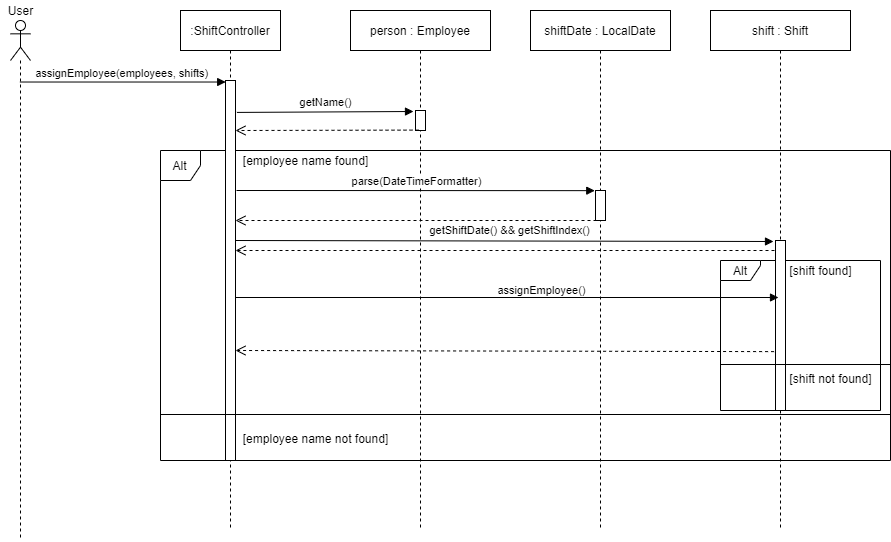
Above: docs/assignEmployee.png in nus-cs2113-AY2021S2/tp (draw.io), before the change. Source tidied: cells renumbered, new cells last; positions are measured from the earlier drawing's top-left corner, leaving out a move shared by most shapes.
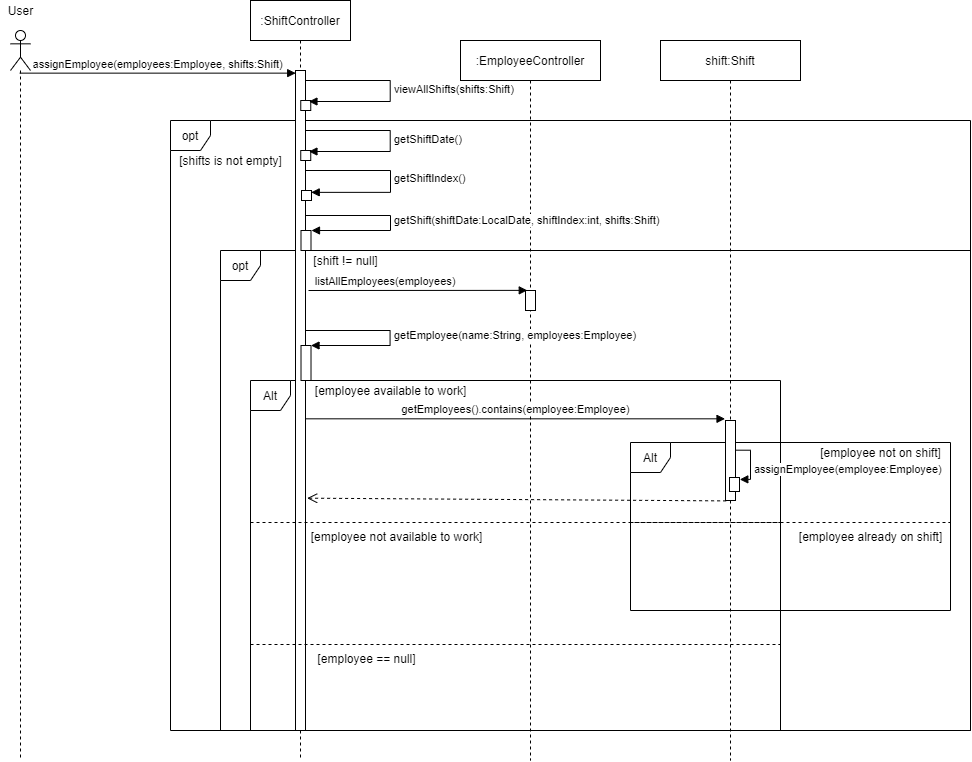
After the change.

Change to the diagram source:
```diff
@@ -2,116 +2,162 @@
   <root>
     <mxCell id="0" />
     <mxCell id="1" parent="0" />
+    <mxCell id="31" value="opt" style="shape=umlFrame;whiteSpace=wrap;html=1;width=40;height=30;" parent="1" vertex="1">
+      <mxGeometry x="90" y="90" width="800" height="610" as="geometry" />
+    </mxCell>
-    <mxCell id="2" value="Alt" style="shape=umlFrame;whiteSpace=wrap;html=1;width=40;height=30;" parent="1" vertex="1">
-      <mxGeometry x="160" y="150" width="730" height="310" as="geometry" />
+    <mxCell id="2" value="opt" style="shape=umlFrame;whiteSpace=wrap;html=1;width=40;height=30;" parent="1" vertex="1">
+      <mxGeometry x="140" y="220" width="750" height="480" as="geometry" />
     </mxCell>
-    <mxCell id="3" value="Alt" style="shape=umlFrame;whiteSpace=wrap;html=1;width=40;height=20;" parent="1" vertex="1">
-      <mxGeometry x="720" y="260" width="160" height="150" as="geometry" />
-    </mxCell>
+    <mxCell id="32" value="Alt" style="shape=umlFrame;whiteSpace=wrap;html=1;width=40;height=30;" parent="1" vertex="1">
+      <mxGeometry x="550" y="412" width="320" height="168" as="geometry" />
+    </mxCell>
+    <mxCell id="33" value="Alt" style="shape=umlFrame;whiteSpace=wrap;html=1;width=40;height=30;" parent="1" vertex="1">
+      <mxGeometry x="170" y="350" width="530" height="350" as="geometry" />
+    </mxCell>
     <mxCell id="4" value=":ShiftController" style="shape=umlLifeline;perimeter=lifelinePerimeter;rounded=0;shadow=0;strokeWidth=1;" parent="1" vertex="1">
-      <mxGeometry x="180" y="10" width="100" height="520" as="geometry" />
+      <mxGeometry x="170" y="-30" width="100" height="760" as="geometry" />
     </mxCell>
     <mxCell id="5" style="points=[];perimeter=orthogonalPerimeter;rounded=0;shadow=0;strokeWidth=1;" parent="4" vertex="1">
-      <mxGeometry x="45" y="70" width="10" height="380" as="geometry" />
+      <mxGeometry x="45" y="70" width="10" height="660" as="geometry" />
     </mxCell>
+    <mxCell id="34" style="html=1;points=[];perimeter=orthogonalPerimeter;" parent="4" vertex="1">
+      <mxGeometry x="51" y="190" width="10" height="10" as="geometry" />
+    </mxCell>
-    <mxCell id="6" value="person : Employee" style="shape=umlLifeline;perimeter=lifelinePerimeter;rounded=0;shadow=0;strokeWidth=1;" parent="1" vertex="1">
-      <mxGeometry x="350" y="10" width="140" height="520" as="geometry" />
+    <mxCell id="6" value=":EmployeeController" style="shape=umlLifeline;perimeter=lifelinePerimeter;rounded=0;shadow=0;strokeWidth=1;" parent="1" vertex="1">
+      <mxGeometry x="380" y="10" width="140" height="720" as="geometry" />
     </mxCell>
     <mxCell id="7" style="points=[];perimeter=orthogonalPerimeter;rounded=0;shadow=0;strokeWidth=1;" parent="6" vertex="1">
-      <mxGeometry x="65" y="100" width="10" height="20" as="geometry" />
+      <mxGeometry x="65" y="250" width="10" height="20" as="geometry" />
     </mxCell>
     <mxCell id="8" style="shape=umlLifeline;participant=umlActor;perimeter=lifelinePerimeter;whiteSpace=wrap;html=1;verticalAlign=top;spacingTop=36;outlineConnect=0;" parent="1" vertex="1">
-      <mxGeometry x="10" y="20" width="20" height="520" as="geometry" />
+      <mxGeometry x="-70" width="20" height="730" as="geometry" />
     </mxCell>
     <mxCell id="9" value="User" style="text;html=1;align=center;verticalAlign=middle;" parent="1" vertex="1">
-      <mxGeometry width="40" height="20" as="geometry" />
+      <mxGeometry x="-80" y="-30" width="40" height="20" as="geometry" />
     </mxCell>
-    <mxCell id="10" value="assignEmployee(employees, shifts)" style="verticalAlign=bottom;endArrow=block;shadow=0;strokeWidth=1;entryX=0.02;entryY=0.004;entryDx=0;entryDy=0;entryPerimeter=0;" parent="1" edge="1" source="8" target="5">
+    <mxCell id="10" value="assignEmployee(employees:Employee, shifts:Shift)" style="verticalAlign=bottom;endArrow=block;shadow=0;strokeWidth=1;entryX=0.02;entryY=0.004;entryDx=0;entryDy=0;entryPerimeter=0;" parent="1" edge="1" source="8" target="5">
       <mxGeometry relative="1" as="geometry" />
     </mxCell>
-    <mxCell id="11" value="getName()" style="html=1;verticalAlign=bottom;endArrow=block;exitX=1.14;exitY=0.084;exitDx=0;exitDy=0;exitPerimeter=0;" parent="1" edge="1" source="5">
-      <mxGeometry relative="1" as="geometry">
-        <mxPoint x="413" y="111" as="targetPoint" />
-      </mxGeometry>
-    </mxCell>
-    <mxCell id="12" value="[employee name found]" style="text;html=1;align=center;verticalAlign=middle;" parent="1" vertex="1">
-      <mxGeometry x="235" y="150" width="140" height="20" as="geometry" />
+    <mxCell id="12" value="[shift != null]" style="text;html=1;align=center;verticalAlign=middle;" parent="1" vertex="1">
+      <mxGeometry x="225" y="220" width="80" height="20" as="geometry" />
     </mxCell>
-    <mxCell id="13" value="shift : Shift" style="shape=umlLifeline;perimeter=lifelinePerimeter;rounded=0;shadow=0;strokeWidth=1;" parent="1" vertex="1">
-      <mxGeometry x="710" y="10" width="140" height="520" as="geometry" />
-    </mxCell>
-    <mxCell id="14" style="perimeter=orthogonalPerimeter;rounded=0;shadow=0;strokeWidth=1;" parent="13" vertex="1">
-      <mxGeometry x="65" y="230" width="10" height="170" as="geometry" />
-    </mxCell>
-    <mxCell id="15" value="shiftDate : LocalDate" style="shape=umlLifeline;perimeter=lifelinePerimeter;rounded=0;shadow=0;strokeWidth=1;" parent="1" vertex="1">
-      <mxGeometry x="530" y="10" width="140" height="520" as="geometry" />
-    </mxCell>
-    <mxCell id="16" style="points=[];perimeter=orthogonalPerimeter;rounded=0;shadow=0;strokeWidth=1;" parent="15" vertex="1">
-      <mxGeometry x="65" y="180" width="10" height="30" as="geometry" />
-    </mxCell>
-    <mxCell id="17" style="line;strokeWidth=1;fillColor=none;align=left;verticalAlign=middle;spacingTop=-1;spacingLeft=3;spacingRight=3;labelPosition=right;" parent="1" vertex="1">
-      <mxGeometry x="160" y="410" width="730" height="8" as="geometry" />
+    <mxCell id="17" style="dashed=1;line;strokeWidth=1;fillColor=none;align=left;verticalAlign=middle;spacingTop=-1;spacingLeft=3;spacingRight=3;labelPosition=right;" parent="1" vertex="1">
+      <mxGeometry x="170" y="488" width="530" height="8" as="geometry" />
     </mxCell>
-    <mxCell id="18" value="parse(DateTimeFormatter)" style="html=1;verticalAlign=bottom;endArrow=block;entryX=-0.072;entryY=0.005;entryDx=0;entryDy=0;entryPerimeter=0;" parent="1" edge="1" target="16">
-      <mxGeometry relative="1" as="geometry">
-        <mxPoint x="236" y="190" as="sourcePoint" />
-      </mxGeometry>
-    </mxCell>
-    <mxCell id="19" style="html=1;verticalAlign=bottom;endArrow=open;dashed=1;endSize=8;" parent="1" edge="1">
-      <mxGeometry relative="1" as="geometry">
-        <mxPoint x="596" y="220" as="sourcePoint" />
-        <mxPoint x="235" y="220" as="targetPoint" />
-      </mxGeometry>
-    </mxCell>
-    <mxCell id="20" value="[employee name not found]" style="text;html=1;align=center;verticalAlign=middle;" parent="1" vertex="1">
-      <mxGeometry x="235" y="428" width="160" height="20" as="geometry" />
+    <mxCell id="20" value="[employee not available to work]" style="text;html=1;align=center;verticalAlign=middle;" parent="1" vertex="1">
+      <mxGeometry x="220.5" y="496" width="190" height="20" as="geometry" />
     </mxCell>
-    <mxCell id="21" value="[shift found]" style="text;html=1;align=center;verticalAlign=middle;" parent="1" vertex="1">
-      <mxGeometry x="780" y="260" width="80" height="20" as="geometry" />
-    </mxCell>
-    <mxCell id="22" style="line;strokeWidth=1;fillColor=none;align=left;verticalAlign=middle;spacingTop=-1;spacingLeft=3;spacingRight=3;labelPosition=right;" parent="1" vertex="1">
-      <mxGeometry x="720" y="360" width="170" height="8" as="geometry" />
-    </mxCell>
-    <mxCell id="23" value="[shift not found]" style="text;html=1;align=center;verticalAlign=middle;" parent="1" vertex="1">
-      <mxGeometry x="780" y="368" width="100" height="20" as="geometry" />
-    </mxCell>
-    <mxCell id="24" style="html=1;verticalAlign=bottom;endArrow=block;" parent="1" edge="1">
-      <mxGeometry relative="1" as="geometry">
-        <mxPoint x="235" y="240" as="sourcePoint" />
-        <mxPoint x="773" y="241" as="targetPoint" />
-      </mxGeometry>
-    </mxCell>
-    <mxCell id="25" value="getShiftDate() &amp;amp;&amp;amp; getShiftIndex()" style="edgeLabel;html=1;align=center;verticalAlign=middle;" parent="24" vertex="1">
-      <mxGeometry x="0.07" y="4" relative="1" as="geometry">
-        <mxPoint x="-15.1" y="-6.9" as="offset" />
-      </mxGeometry>
-    </mxCell>
-    <mxCell id="26" style="html=1;verticalAlign=bottom;endArrow=open;dashed=1;endSize=8;" parent="1" edge="1">
-      <mxGeometry relative="1" as="geometry">
-        <mxPoint x="774" y="250" as="sourcePoint" />
-        <mxPoint x="235" y="250" as="targetPoint" />
-      </mxGeometry>
-    </mxCell>
-    <mxCell id="27" style="html=1;verticalAlign=bottom;endArrow=open;dashed=1;endSize=8;exitX=0.3;exitY=0.98;exitDx=0;exitDy=0;exitPerimeter=0;" parent="1" edge="1" source="7">
-      <mxGeometry relative="1" as="geometry">
-        <mxPoint x="235" y="130" as="targetPoint" />
-      </mxGeometry>
-    </mxCell>
-    <mxCell id="28" style="html=1;verticalAlign=bottom;endArrow=open;dashed=1;endSize=8;exitX=-0.141;exitY=0.176;exitDx=0;exitDy=0;exitPerimeter=0;" parent="1" edge="1">
-      <mxGeometry relative="1" as="geometry">
-        <mxPoint x="773.6" y="351.1" as="sourcePoint" />
-        <mxPoint x="235" y="350" as="targetPoint" />
-      </mxGeometry>
-    </mxCell>
-    <mxCell id="29" style="html=1;verticalAlign=bottom;endArrow=block;" parent="1" edge="1" source="5">
-      <mxGeometry relative="1" as="geometry">
-        <mxPoint x="778" y="297" as="targetPoint" />
-      </mxGeometry>
-    </mxCell>
-    <mxCell id="30" value="assignEmployee()" style="edgeLabel;html=1;align=center;verticalAlign=middle;" parent="29" vertex="1">
-      <mxGeometry x="0.07" y="4" relative="1" as="geometry">
-        <mxPoint x="14.4" y="-4" as="offset" />
-      </mxGeometry>
-    </mxCell>
+    <mxCell id="35" value="listAllEmployees(employees)" style="verticalAlign=bottom;endArrow=block;shadow=0;strokeWidth=1;entryX=0.176;entryY=-0.007;entryDx=0;entryDy=0;entryPerimeter=0;" parent="1" edge="1" target="7">
+      <mxGeometry x="-0.3" relative="1" as="geometry">
+        <mxPoint x="228" y="260" as="sourcePoint" />
+      </mxGeometry>
+    </mxCell>
+    <mxCell id="36" value="getShiftIndex()" style="edgeStyle=orthogonalEdgeStyle;html=1;align=left;spacingLeft=2;endArrow=block;rounded=0;entryX=0.974;entryY=0.186;entryDx=0;entryDy=0;entryPerimeter=0;" parent="1" edge="1" target="34">
+      <mxGeometry relative="1" as="geometry">
+        <mxPoint x="225" y="140" as="sourcePoint" />
+        <Array as="points">
+          <mxPoint x="310" y="140" />
+          <mxPoint x="310" y="162" />
+        </Array>
+      </mxGeometry>
+    </mxCell>
+    <mxCell id="37" style="html=1;perimeter=orthogonalPerimeter;" parent="1" vertex="1">
+      <mxGeometry x="220.5" y="200" width="10" height="20" as="geometry" />
+    </mxCell>
+    <mxCell id="38" value="getShift(shiftDate:LocalDate, shiftIndex:int, shifts:Shift)" style="edgeStyle=orthogonalEdgeStyle;html=1;align=left;spacingLeft=2;endArrow=block;rounded=0;" parent="1" edge="1">
+      <mxGeometry relative="1" as="geometry">
+        <mxPoint x="225" y="185" as="sourcePoint" />
+        <mxPoint x="231" y="200" as="targetPoint" />
+        <Array as="points">
+          <mxPoint x="310" y="185" />
+          <mxPoint x="310" y="200" />
+        </Array>
+      </mxGeometry>
+    </mxCell>
+    <mxCell id="39" style="html=1;perimeter=orthogonalPerimeter;" parent="1" vertex="1">
+      <mxGeometry x="220.5" y="315" width="10" height="35" as="geometry" />
+    </mxCell>
+    <mxCell id="40" value="getEmployee(name:String, employees:Employee)" style="edgeStyle=orthogonalEdgeStyle;html=1;align=left;spacingLeft=2;endArrow=block;rounded=0;" parent="1" edge="1">
+      <mxGeometry relative="1" as="geometry">
+        <mxPoint x="224.5" y="300" as="sourcePoint" />
+        <mxPoint x="230.5" y="315" as="targetPoint" />
+        <Array as="points">
+          <mxPoint x="309.5" y="300" />
+          <mxPoint x="309.5" y="315" />
+        </Array>
+      </mxGeometry>
+    </mxCell>
+    <mxCell id="41" value="[employee available to work]" style="text;html=1;align=center;verticalAlign=middle;" parent="1" vertex="1">
+      <mxGeometry x="225" y="350" width="170" height="20" as="geometry" />
+    </mxCell>
+    <mxCell id="42" value="shift:Shift" style="shape=umlLifeline;perimeter=lifelinePerimeter;rounded=0;shadow=0;strokeWidth=1;" parent="1" vertex="1">
+      <mxGeometry x="580" y="10" width="140" height="720" as="geometry" />
+    </mxCell>
+    <mxCell id="43" style="points=[];perimeter=orthogonalPerimeter;rounded=0;shadow=0;strokeWidth=1;" parent="42" vertex="1">
+      <mxGeometry x="65" y="380" width="10" height="80" as="geometry" />
+    </mxCell>
+    <mxCell id="44" style="html=1;points=[];perimeter=orthogonalPerimeter;" parent="42" vertex="1">
+      <mxGeometry x="69" y="437" width="10" height="14" as="geometry" />
+    </mxCell>
+    <mxCell id="45" value="assignEmployee(employee:Employee)" style="edgeStyle=orthogonalEdgeStyle;html=1;align=left;spacingLeft=2;endArrow=block;rounded=0;exitX=0.971;exitY=0.371;exitDx=0;exitDy=0;exitPerimeter=0;entryX=1.029;entryY=0.139;entryDx=0;entryDy=0;entryPerimeter=0;" parent="42" edge="1" source="43" target="44">
+      <mxGeometry x="0.26" relative="1" as="geometry">
+        <Array as="points">
+          <mxPoint x="90" y="410" />
+          <mxPoint x="90" y="439" />
+        </Array>
+      </mxGeometry>
+    </mxCell>
+    <mxCell id="46" value="getEmployees().contains(employee:Employee)" style="html=1;verticalAlign=bottom;endArrow=block;entryX=-0.047;entryY=-0.021;entryDx=0;entryDy=0;entryPerimeter=0;" parent="1" edge="1" source="5" target="43">
+      <mxGeometry relative="1" as="geometry" />
+    </mxCell>
+    <mxCell id="47" value="[employee not on shift]" style="text;html=1;align=center;verticalAlign=middle;" parent="1" vertex="1">
+      <mxGeometry x="730" y="412" width="140" height="20" as="geometry" />
+    </mxCell>
+    <mxCell id="48" style="dashed=1;line;strokeWidth=1;fillColor=none;align=left;verticalAlign=middle;spacingTop=-1;spacingLeft=3;spacingRight=3;labelPosition=right;" parent="1" vertex="1">
+      <mxGeometry x="550" y="488" width="320" height="8" as="geometry" />
+    </mxCell>
+    <mxCell id="49" value="[employee already on shift]" style="text;html=1;align=center;verticalAlign=middle;" parent="1" vertex="1">
+      <mxGeometry x="710" y="496" width="160" height="20" as="geometry" />
+    </mxCell>
+    <mxCell id="50" style="html=1;verticalAlign=bottom;endArrow=open;dashed=1;endSize=8;exitX=0.06;exitY=1.005;exitDx=0;exitDy=0;exitPerimeter=0;entryX=1.167;entryY=0.648;entryDx=0;entryDy=0;entryPerimeter=0;" parent="1" edge="1" source="43" target="5">
+      <mxGeometry relative="1" as="geometry" />
+    </mxCell>
+    <mxCell id="51" style="dashed=1;line;strokeWidth=1;fillColor=none;align=left;verticalAlign=middle;spacingTop=-1;spacingLeft=3;spacingRight=3;labelPosition=right;" parent="1" vertex="1">
+      <mxGeometry x="170" y="610" width="530" height="8" as="geometry" />
+    </mxCell>
+    <mxCell id="52" value="[employee == null]" style="text;html=1;align=center;verticalAlign=middle;" parent="1" vertex="1">
+      <mxGeometry x="230.5" y="618" width="110" height="20" as="geometry" />
+    </mxCell>
+    <mxCell id="53" style="html=1;perimeter=orthogonalPerimeter;" parent="1" vertex="1">
+      <mxGeometry x="220.2" y="120" width="10" height="10" as="geometry" />
+    </mxCell>
+    <mxCell id="54" value="getShiftDate()" style="edgeStyle=orthogonalEdgeStyle;html=1;align=left;spacingLeft=2;endArrow=block;rounded=0;entryX=1.367;entryY=0.17;entryDx=0;entryDy=0;entryPerimeter=0;" parent="1" edge="1">
+      <mxGeometry relative="1" as="geometry">
+        <mxPoint x="224.8" y="100" as="sourcePoint" />
+        <mxPoint x="228.4" y="120.5" as="targetPoint" />
+        <Array as="points">
+          <mxPoint x="309.8" y="100" />
+          <mxPoint x="309.8" y="121" />
+          <mxPoint x="228.8" y="121" />
+        </Array>
+      </mxGeometry>
+    </mxCell>
+    <mxCell id="55" style="html=1;perimeter=orthogonalPerimeter;" parent="1" vertex="1">
+      <mxGeometry x="220.3" y="70" width="10" height="10" as="geometry" />
+    </mxCell>
+    <mxCell id="56" value="viewAllShifts(shifts:Shift)" style="edgeStyle=orthogonalEdgeStyle;html=1;align=left;spacingLeft=2;endArrow=block;rounded=0;entryX=1.367;entryY=0.17;entryDx=0;entryDy=0;entryPerimeter=0;" parent="1" edge="1">
+      <mxGeometry relative="1" as="geometry">
+        <mxPoint x="224.8" y="50" as="sourcePoint" />
+        <mxPoint x="228.4" y="70.5" as="targetPoint" />
+        <Array as="points">
+          <mxPoint x="309.8" y="50" />
+          <mxPoint x="309.8" y="71" />
+          <mxPoint x="228.8" y="71" />
+        </Array>
+      </mxGeometry>
+    </mxCell>
+    <mxCell id="57" value="[shifts is not empty]" style="text;html=1;align=center;verticalAlign=middle;" parent="1" vertex="1">
+      <mxGeometry x="90" y="120" width="120" height="20" as="geometry" />
+    </mxCell>
   </root>
 </mxGraphModel>
```
